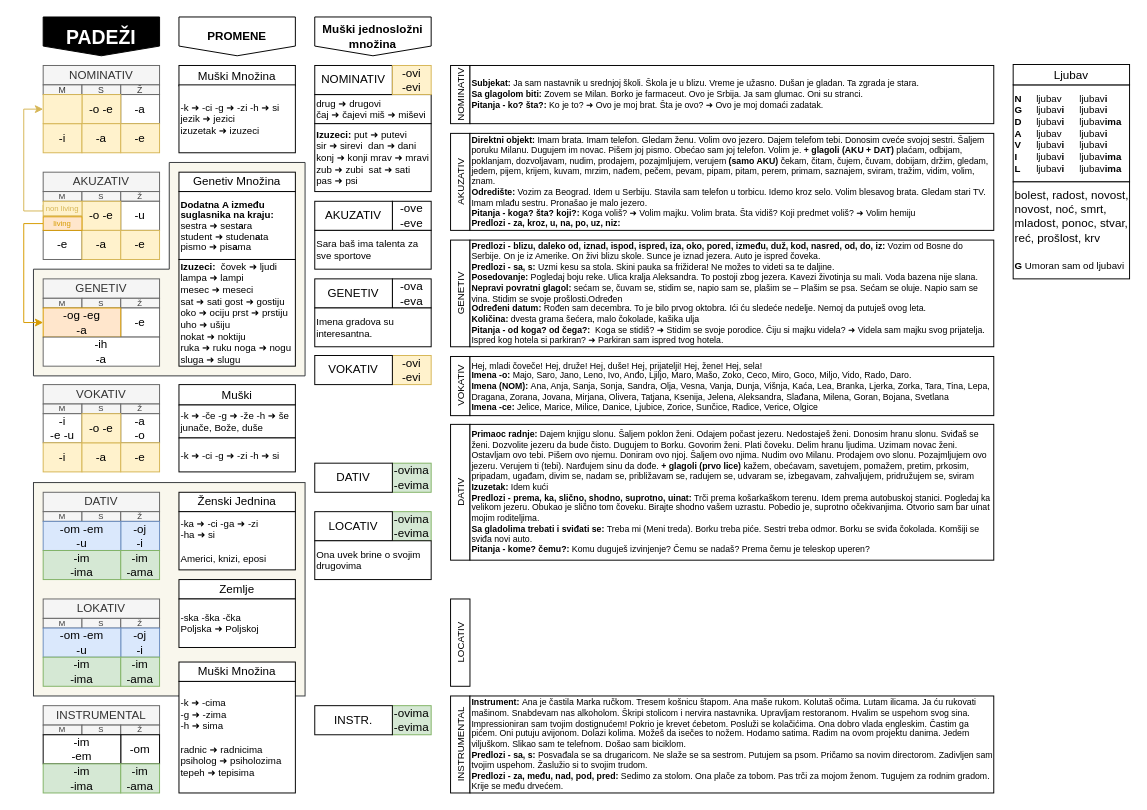
vlandivir/srpski keeps this draw.io diagram as padezi.drawio. Above is the earlier version. Source tidied: cells renumbered, new cells numbered last; positions are measured from the earlier drawing's top-left corner, leaving out a move shared by most shapes. Both pictures are drawn from the tidied source at 97%, with x=0, y=0 at pixel (23, 16).
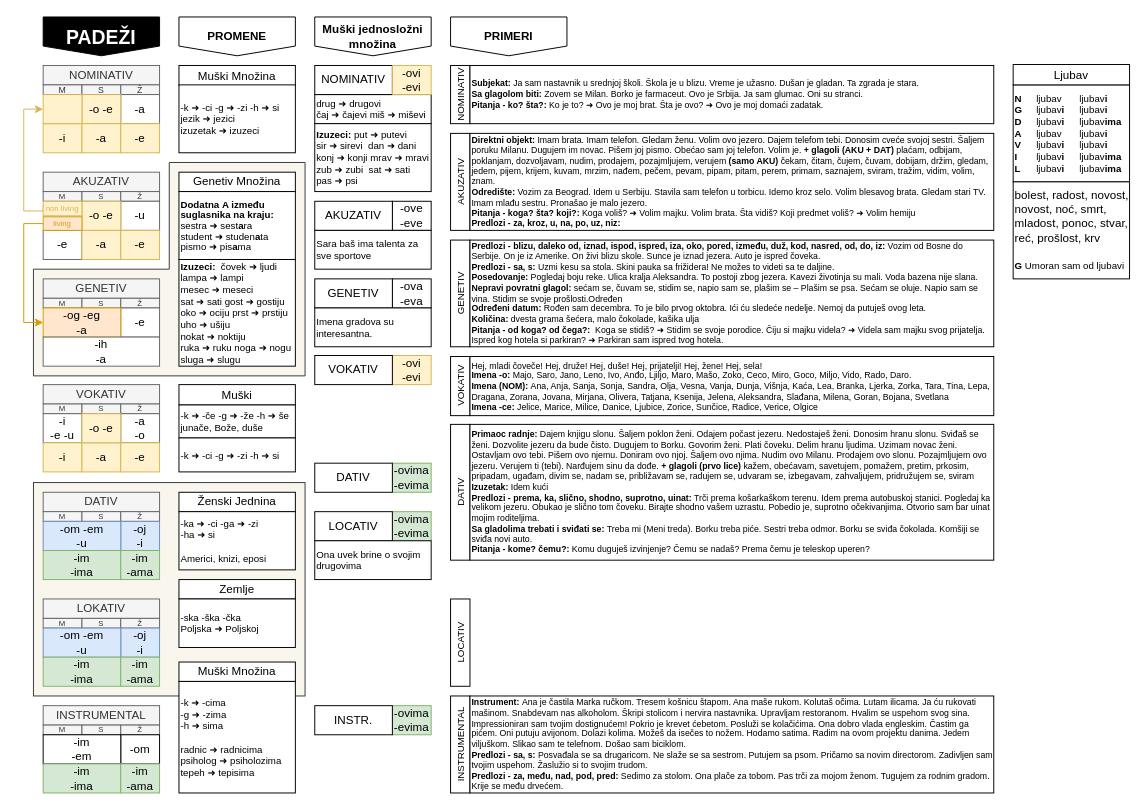
The same diagram, later.

Change to the diagram source:
```diff
@@
+    <mxCell id="120" value="PRIMERI" style="shape=offPageConnector;whiteSpace=wrap;html=1;size=0.25;fontStyle=1;" parent="1" vertex="1">
+      <mxGeometry x="440" width="120" height="40" as="geometry" />
+    </mxCell>
```
